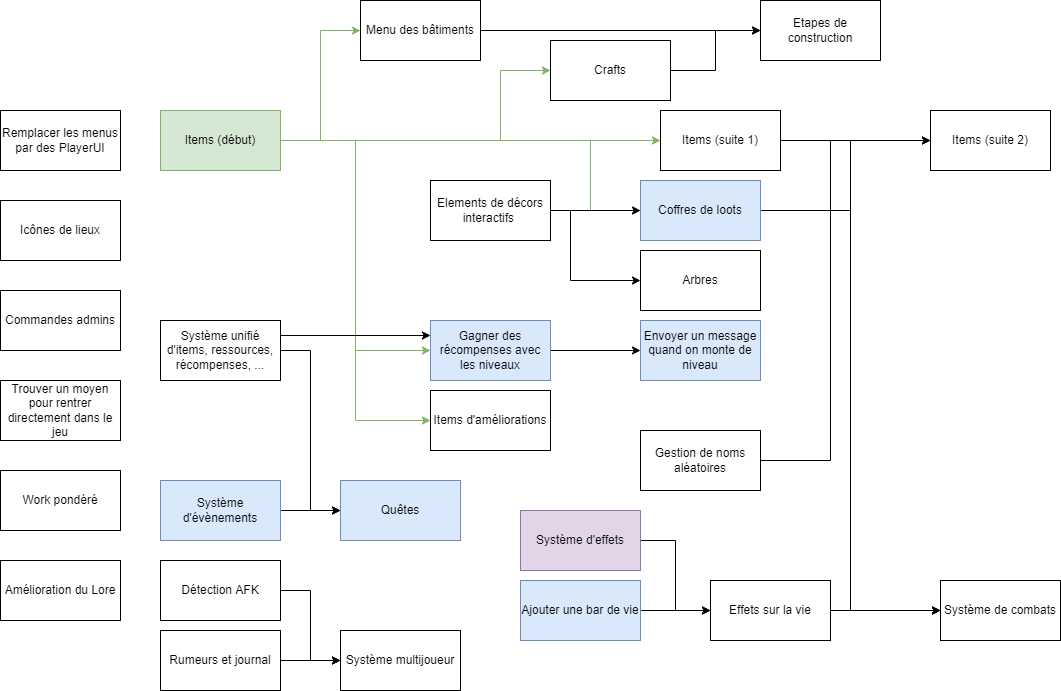
Before: todo_graph.png, a diagram exported from draw.io (Alexiscomete/A-Discord-Adventure). Source tidied: cells renumbered, new cells last; positions are measured from the earlier drawing's top-left corner, leaving out a move shared by most shapes.
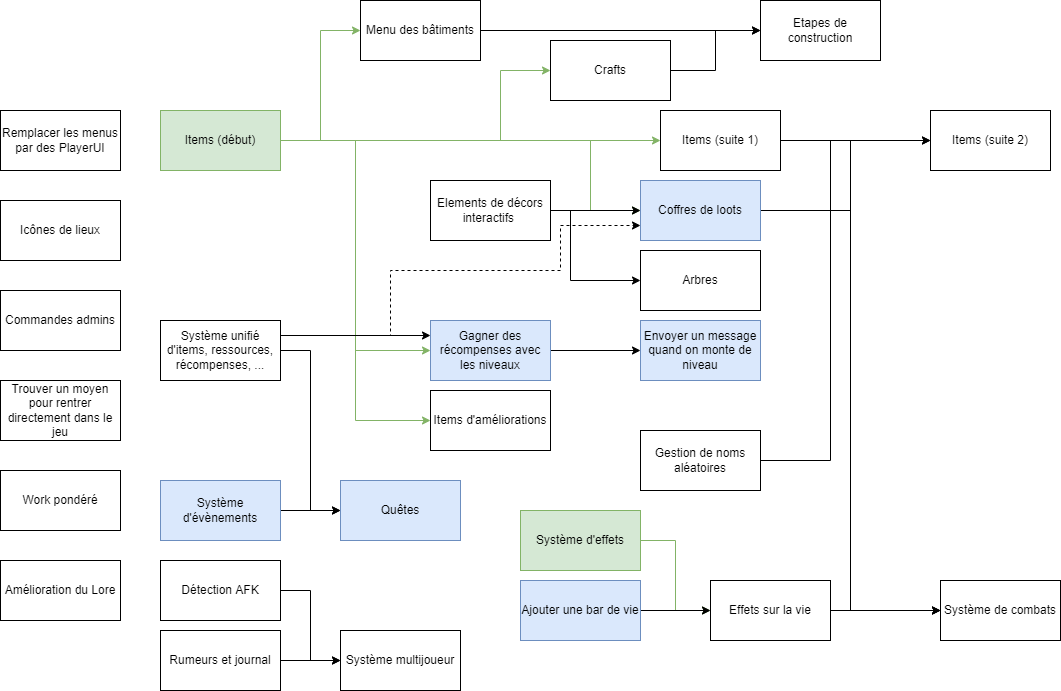
The same file after the commit.

The edit, as a diff of the source:
```diff
@@ -81,10 +81,10 @@
     <mxCell id="19" value="Items (suite 1)" style="whiteSpace=wrap;html=1;" parent="1" vertex="1">
       <mxGeometry x="660" y="110" width="120" height="60" as="geometry" />
     </mxCell>
-    <mxCell id="20" style="edgeStyle=orthogonalEdgeStyle;rounded=0;jettySize=auto;html=1;exitX=1;exitY=0.5;exitDx=0;exitDy=0;entryX=0;entryY=0.5;entryDx=0;entryDy=0;" parent="1" edge="1" source="21" target="34">
+    <mxCell id="20" style="edgeStyle=orthogonalEdgeStyle;rounded=0;jettySize=auto;html=1;exitX=1;exitY=0.5;exitDx=0;exitDy=0;entryX=0;entryY=0.5;entryDx=0;entryDy=0;fillColor=#d5e8d4;strokeColor=#82b366;" parent="1" edge="1" source="21" target="34">
       <mxGeometry relative="1" as="geometry" />
     </mxCell>
-    <mxCell id="21" value="Système d'effets" style="whiteSpace=wrap;html=1;fillColor=#e1d5e7;strokeColor=#9673a6;" parent="1" vertex="1">
+    <mxCell id="21" value="Système d'effets" style="whiteSpace=wrap;html=1;fillColor=#d5e8d4;strokeColor=#82b366;" parent="1" vertex="1">
       <mxGeometry x="520" y="510" width="120" height="60" as="geometry" />
     </mxCell>
     <mxCell id="22" style="edgeStyle=orthogonalEdgeStyle;rounded=0;jettySize=auto;html=1;exitX=1;exitY=0.5;exitDx=0;exitDy=0;entryX=0;entryY=0.5;entryDx=0;entryDy=0;" parent="1" edge="1" source="23" target="50">
@@ -185,6 +185,16 @@
     <mxCell id="52" style="edgeStyle=orthogonalEdgeStyle;rounded=0;jettySize=auto;html=1;exitX=1;exitY=0.5;exitDx=0;exitDy=0;entryX=0;entryY=0.5;entryDx=0;entryDy=0;" parent="1" edge="1" source="53" target="50">
       <mxGeometry relative="1" as="geometry" />
     </mxCell>
+    <mxCell id="54" style="edgeStyle=orthogonalEdgeStyle;rounded=0;jettySize=auto;html=1;exitX=1;exitY=0.25;exitDx=0;exitDy=0;entryX=0;entryY=0.75;entryDx=0;entryDy=0;dashed=1;" parent="1" edge="1" source="53" target="16">
+      <mxGeometry relative="1" as="geometry">
+        <Array as="points">
+          <mxPoint x="390" y="335" />
+          <mxPoint x="390" y="270" />
+          <mxPoint x="560" y="270" />
+          <mxPoint x="560" y="225" />
+        </Array>
+      </mxGeometry>
+    </mxCell>
     <mxCell id="53" value="Système unifié d'items, ressources, récompenses, ..." style="whiteSpace=wrap;html=1;" parent="1" vertex="1">
       <mxGeometry x="160" y="320" width="120" height="60" as="geometry" />
     </mxCell>
```
